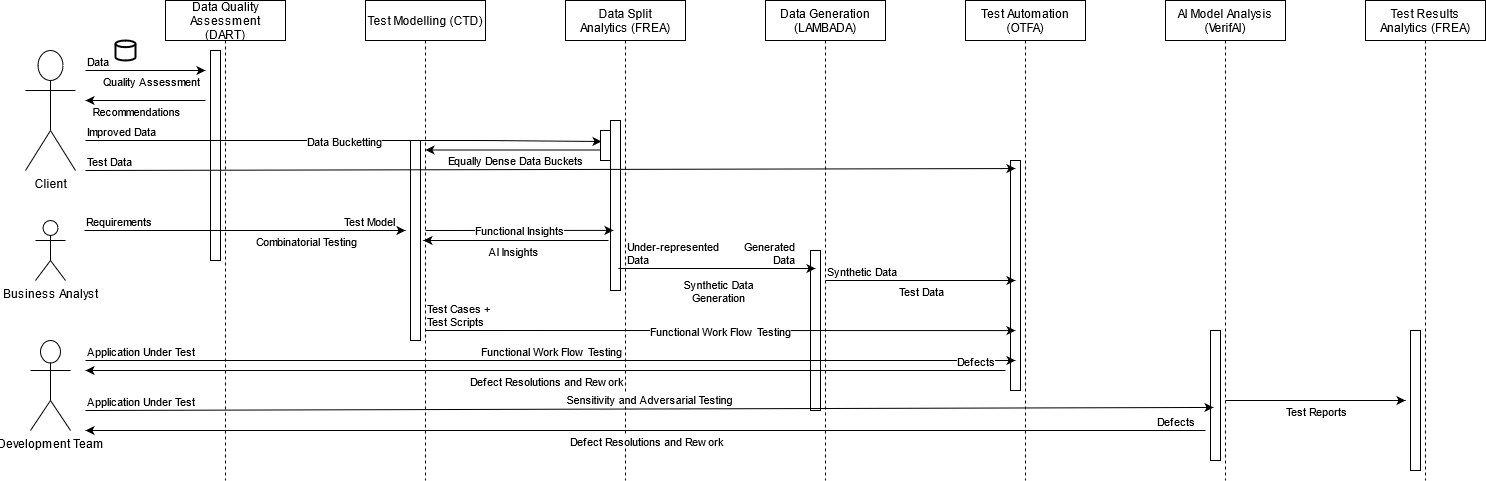
Earlier version of the draw.io export FACT Process Flow.png (ilanjaya/TestCOE). Source tidied: cells renumbered, new cells last; positions are measured from the earlier drawing's top-left corner, leaving out a move shared by most shapes.
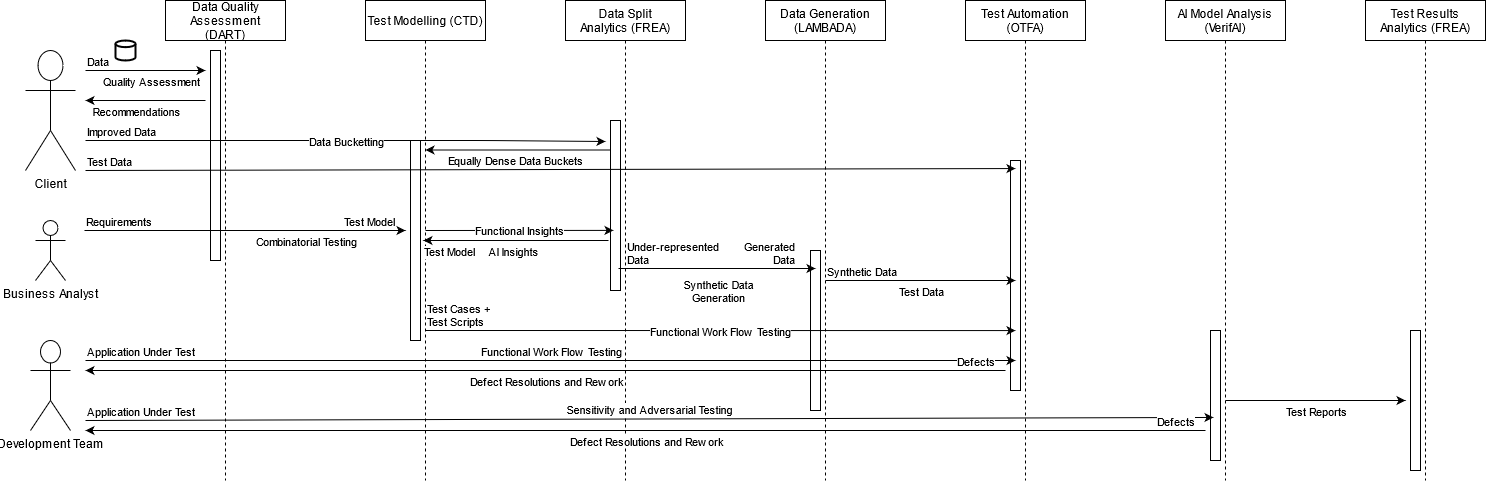
The same diagram one commit later.

Change to the diagram source:
```diff
@@ -117,9 +117,10 @@
     <mxCell id="30" style="perimeter=orthogonalPerimeter;rounded=0;shadow=0;strokeWidth=1;" parent="29" vertex="1">
       <mxGeometry x="45" y="330" width="10" height="140" as="geometry" />
     </mxCell>
-    <mxCell id="31" style="endArrow=classic;html=1;entryX=0.1;entryY=0.367;entryDx=0;entryDy=0;entryPerimeter=0;" parent="1" edge="1" target="45">
+    <mxCell id="31" style="endArrow=classic;html=1;" parent="1" edge="1">
       <mxGeometry relative="1" as="geometry">
         <mxPoint x="60" y="140" as="sourcePoint" />
+        <mxPoint x="580" y="141" as="targetPoint" />
         <Array as="points">
           <mxPoint x="460" y="140" />
         </Array>
@@ -183,9 +184,6 @@
     <mxCell id="44" value="Synthetic Data" style="edgeLabel;html=1;align=left;verticalAlign=bottom;" parent="42" vertex="1">
       <mxGeometry x="-1" relative="1" as="geometry" />
     </mxCell>
-    <mxCell id="45" style="points=[];perimeter=orthogonalPerimeter;rounded=0;shadow=0;strokeWidth=1;" parent="1" vertex="1">
-      <mxGeometry x="575" y="130" width="10" height="30" as="geometry" />
-    </mxCell>
     <mxCell id="46" style="endArrow=classic;html=1;entryX=0.5;entryY=0.035;entryDx=0;entryDy=0;entryPerimeter=0;" parent="1" edge="1" target="11">
       <mxGeometry relative="1" as="geometry">
         <mxPoint x="60" y="170" as="sourcePoint" />
@@ -222,8 +220,8 @@
     </mxCell>
     <mxCell id="54" style="endArrow=classic;html=1;entryX=0.3;entryY=0.515;entryDx=0;entryDy=0;entryPerimeter=0;" parent="1" edge="1">
       <mxGeometry relative="1" as="geometry">
-        <mxPoint x="60" y="410" as="sourcePoint" />
-        <mxPoint x="1188" y="407" as="targetPoint" />
+        <mxPoint x="60" y="420" as="sourcePoint" />
+        <mxPoint x="1188" y="417" as="targetPoint" />
       </mxGeometry>
     </mxCell>
     <mxCell id="55" value="Sensitivity and Adversarial Testing" style="edgeLabel;html=1;align=center;verticalAlign=middle;" parent="54" vertex="1">
@@ -277,5 +275,8 @@
         <mxPoint x="-50" as="offset" />
       </mxGeometry>
     </mxCell>
+    <mxCell id="65" value="Test Model" style="edgeLabel;html=1;align=right;verticalAlign=bottom;" parent="1" vertex="1">
+      <mxGeometry x="450" y="260" as="geometry" />
+    </mxCell>
   </root>
 </mxGraphModel>
```
